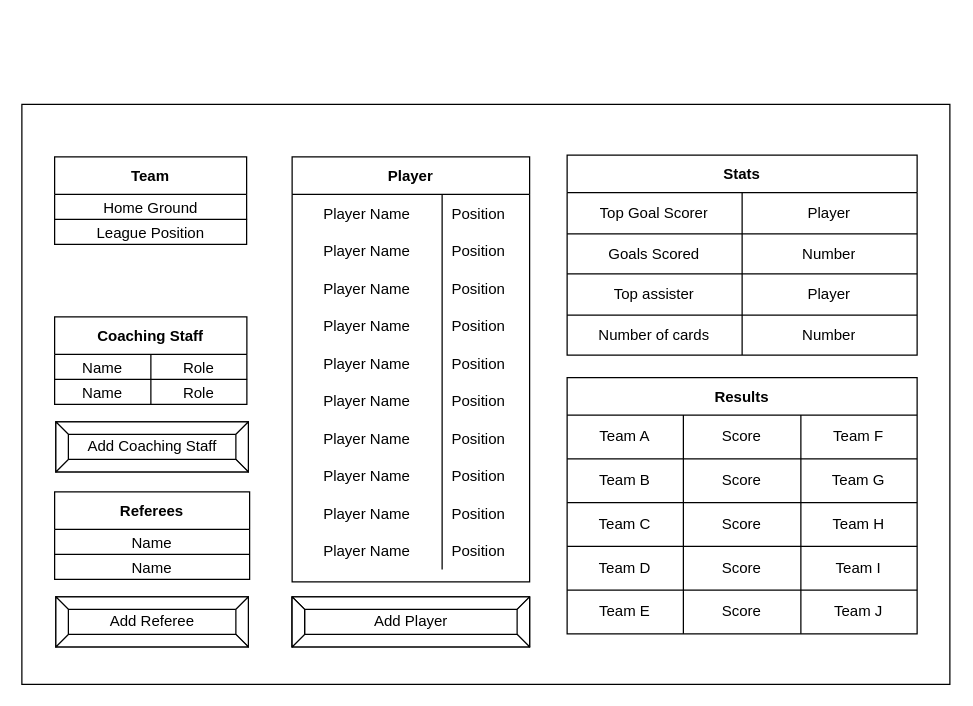
Above: page "Team Table Page" (6 of 9) of Diagrams.drawio in JackSmith00/FootballManager (draw.io), before the change. Source tidied: cells renumbered, new cells numbered last; positions are measured from the earlier drawing's top-left corner, leaving out a move shared by most shapes. Both pictures are drawn from the tidied source at 125%, with x=0, y=0 at pixel (21, 104).
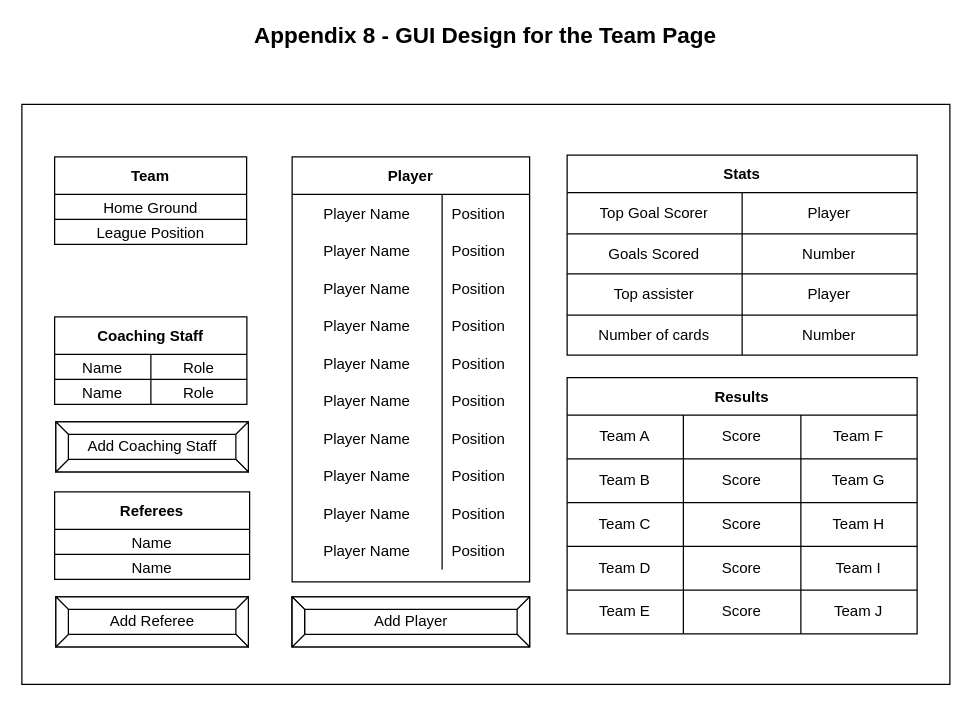
Above is the later version.

Change to the diagram source:
```diff
@@
+    <mxCell id="88" value="&lt;p class=&quot;p1&quot; style=&quot;margin: 0px 0px 8px ; font-stretch: normal ; font-size: 18px ; line-height: normal ; font-family: &amp;#34;graphik&amp;#34;&quot;&gt;&lt;b&gt;Appendix 8 - GUI Design for the Team Page&lt;/b&gt;&lt;/p&gt;" style="text;html=1;strokeColor=none;fillColor=none;align=center;verticalAlign=middle;whiteSpace=wrap;rounded=0;fontSize=24;" parent="1" vertex="1">
+      <mxGeometry x="162" y="-66" width="418" height="30" as="geometry" />
+    </mxCell>
```
